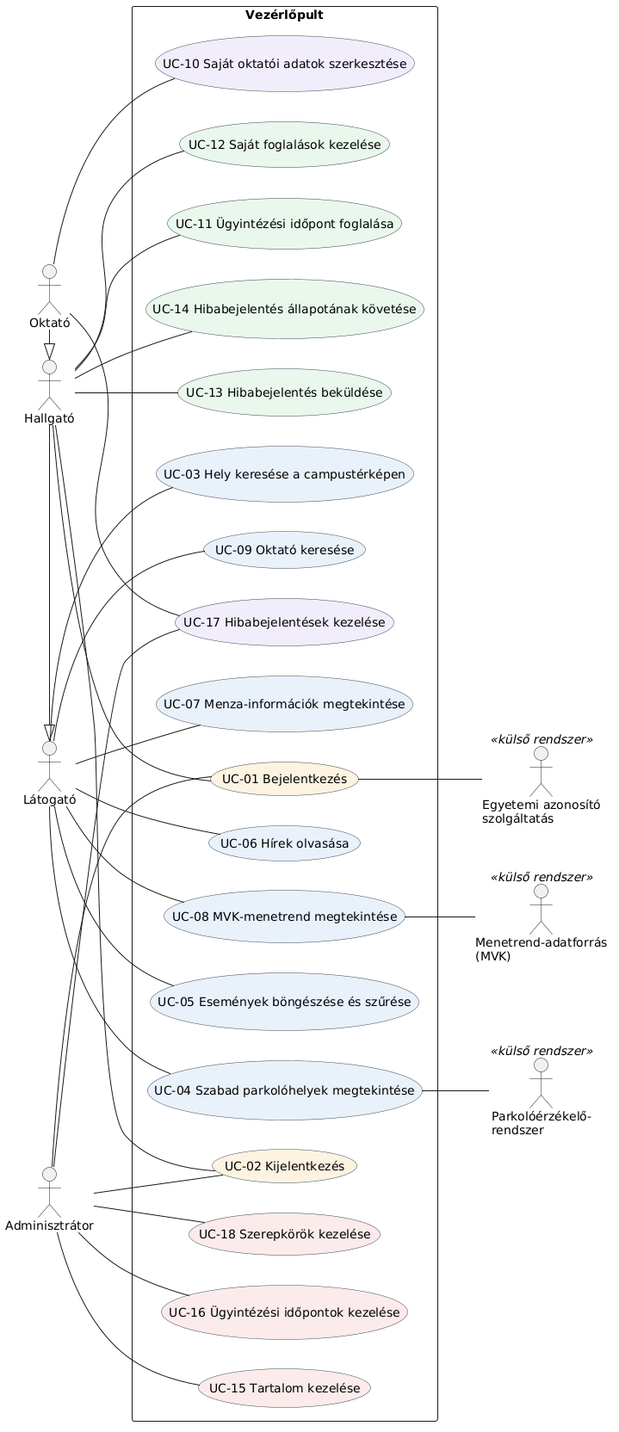
DavidGergo/SoftTech keeps this PlantUML diagram as H3/uml/1.png. Above is the earlier version. Source of this version:
```plantuml
@startuml
left to right direction
skinparam actorStyle stick
skinparam usecase {
  BackgroundColor #E8F1FB
  BorderColor #374151
}

actor "Látogató" as Latogato
actor "Hallgató" as Hallgato
actor "Oktató" as Oktato
actor "Adminisztrátor" as Admin
actor "Egyetemi azonosító\nszolgáltatás" as Azonosito <<külső rendszer>>
actor "Menetrend-adatforrás\n(MVK)" as MVK <<külső rendszer>>
actor "Parkolóérzékelő-\nrendszer" as Parkolo <<külső rendszer>>

Hallgato -|> Latogato
Oktato -|> Hallgato

rectangle "Vezérlőpult" {
  usecase "UC-03 Hely keresése a campustérképen" as UC03
  usecase "UC-04 Szabad parkolóhelyek megtekintése" as UC04
  usecase "UC-05 Események böngészése és szűrése" as UC05
  usecase "UC-06 Hírek olvasása" as UC06
  usecase "UC-07 Menza-információk megtekintése" as UC07
  usecase "UC-08 MVK-menetrend megtekintése" as UC08
  usecase "UC-09 Oktató keresése" as UC09
  usecase "UC-01 Bejelentkezés" as UC01 #FDF3E1
  usecase "UC-02 Kijelentkezés" as UC02 #FDF3E1
  usecase "UC-11 Ügyintézési időpont foglalása" as UC11 #E9F7EC
  usecase "UC-12 Saját foglalások kezelése" as UC12 #E9F7EC
  usecase "UC-13 Hibabejelentés beküldése" as UC13 #E9F7EC
  usecase "UC-14 Hibabejelentés állapotának követése" as UC14 #E9F7EC
  usecase "UC-10 Saját oktatói adatok szerkesztése" as UC10 #F1ECFB
  usecase "UC-17 Hibabejelentések kezelése" as UC17 #F1ECFB
  usecase "UC-15 Tartalom kezelése" as UC15 #FBEAEA
  usecase "UC-16 Ügyintézési időpontok kezelése" as UC16 #FBEAEA
  usecase "UC-18 Szerepkörök kezelése" as UC18 #FBEAEA
}

Latogato -- UC03
Latogato -- UC04
Latogato -- UC05
Latogato -- UC06
Latogato -- UC07
Latogato -- UC08
Latogato -- UC09

Hallgato -- UC01
Hallgato -- UC02
Hallgato -- UC11
Hallgato -- UC12
Hallgato -- UC13
Hallgato -- UC14

Oktato -- UC10
Oktato -- UC17

Admin -- UC01
Admin -- UC02
Admin -- UC15
Admin -- UC16
Admin -- UC17
Admin -- UC18

UC01 -- Azonosito
UC08 -- MVK
UC04 -- Parkolo
@enduml
```
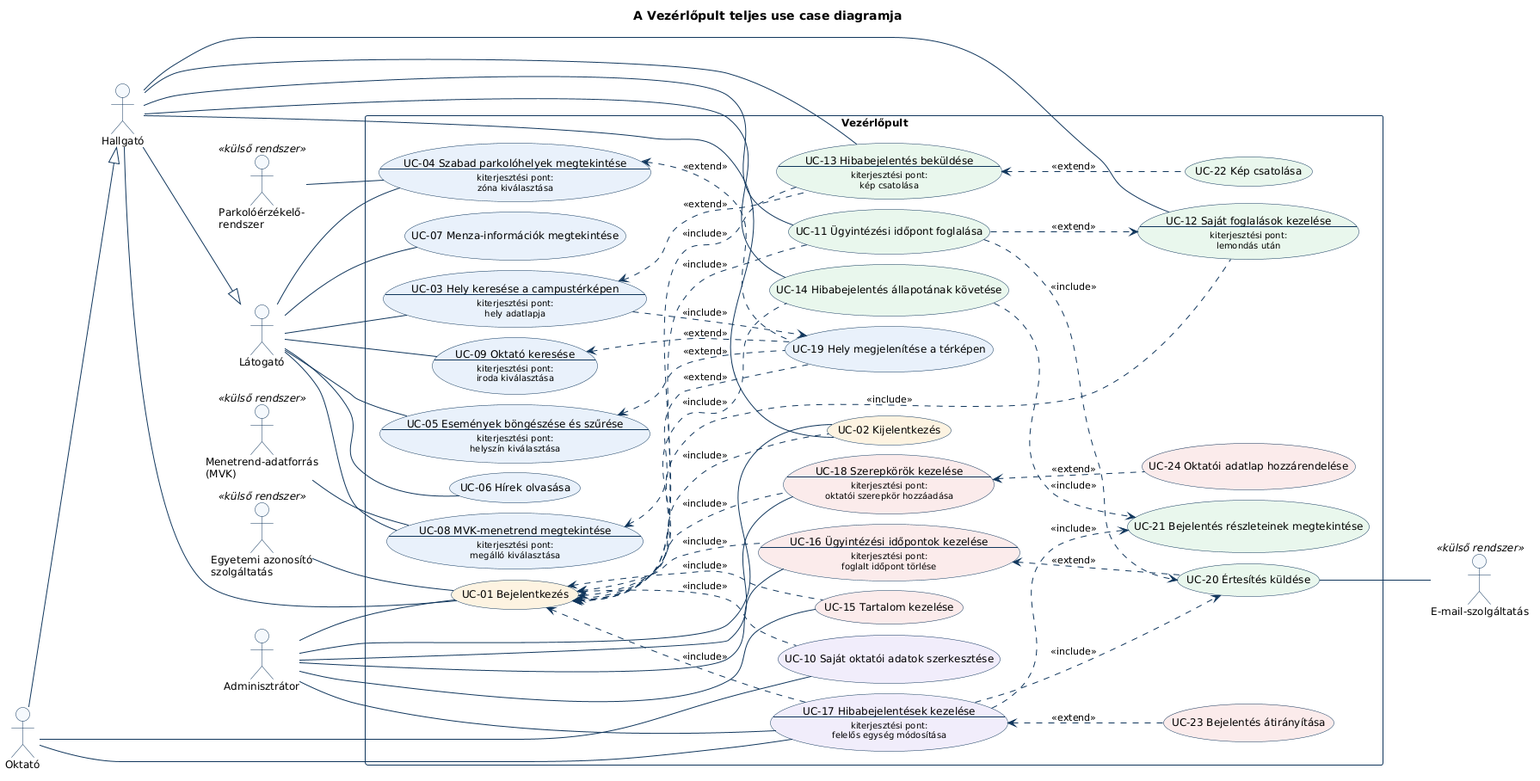
Later version of the same file.

Commit message:
H3 0.4: include és extend kapcsolatok a use case modellben

What changed in the source:
```diff
@@ -1,69 +1,102 @@
 @startuml
+skinparam shadowing false
+skinparam defaultFontName Arial
+skinparam defaultFontSize 12
+skinparam ActorBorderColor #10365C
+skinparam ActorBackgroundColor #F5F8FC
+skinparam UsecaseBorderColor #10365C
+skinparam ArrowColor #10365C
+skinparam RectangleBorderColor #10365C
+skinparam RectangleFontStyle bold
+skinparam ArrowFontSize 11
+title A Vezérlőpult teljes use case diagramja
 left to right direction
-skinparam actorStyle stick
-skinparam usecase {
-  BackgroundColor #E8F1FB
-  BorderColor #374151
-}
-
-actor "Látogató" as Latogato
-actor "Hallgató" as Hallgato
-actor "Oktató" as Oktato
-actor "Adminisztrátor" as Admin
-actor "Egyetemi azonosító\nszolgáltatás" as Azonosito <<külső rendszer>>
-actor "Menetrend-adatforrás\n(MVK)" as MVK <<külső rendszer>>
-actor "Parkolóérzékelő-\nrendszer" as Parkolo <<külső rendszer>>
-
-Hallgato -|> Latogato
-Oktato -|> Hallgato
-
+skinparam nodesep 12
+skinparam ranksep 70
+actor "Látogató" as A01
+actor "Hallgató" as A02
+actor "Oktató" as A03
+actor "Adminisztrátor" as A04
+actor "Egyetemi azonosító\nszolgáltatás" as A05 <<külső rendszer>>
+actor "Menetrend-adatforrás\n(MVK)" as A06 <<külső rendszer>>
+actor "Parkolóérzékelő-\nrendszer" as A07 <<külső rendszer>>
+actor "E-mail-szolgáltatás" as A08 <<külső rendszer>>
 rectangle "Vezérlőpult" {
-  usecase "UC-03 Hely keresése a campustérképen" as UC03
-  usecase "UC-04 Szabad parkolóhelyek megtekintése" as UC04
-  usecase "UC-05 Események böngészése és szűrése" as UC05
-  usecase "UC-06 Hírek olvasása" as UC06
-  usecase "UC-07 Menza-információk megtekintése" as UC07
-  usecase "UC-08 MVK-menetrend megtekintése" as UC08
-  usecase "UC-09 Oktató keresése" as UC09
   usecase "UC-01 Bejelentkezés" as UC01 #FDF3E1
   usecase "UC-02 Kijelentkezés" as UC02 #FDF3E1
+  usecase "UC-03 Hely keresése a campustérképen\n--\n<size:10>kiterjesztési pont:</size>\n<size:10>hely adatlapja</size>" as UC03 #E8F1FB
+  usecase "UC-04 Szabad parkolóhelyek megtekintése\n--\n<size:10>kiterjesztési pont:</size>\n<size:10>zóna kiválasztása</size>" as UC04 #E8F1FB
+  usecase "UC-19 Hely megjelenítése a térképen" as UC19 #E8F1FB
+  usecase "UC-05 Események böngészése és szűrése\n--\n<size:10>kiterjesztési pont:</size>\n<size:10>helyszín kiválasztása</size>" as UC05 #E8F1FB
+  usecase "UC-06 Hírek olvasása" as UC06 #E8F1FB
+  usecase "UC-07 Menza-információk megtekintése" as UC07 #E8F1FB
+  usecase "UC-08 MVK-menetrend megtekintése\n--\n<size:10>kiterjesztési pont:</size>\n<size:10>megálló kiválasztása</size>" as UC08 #E8F1FB
+  usecase "UC-09 Oktató keresése\n--\n<size:10>kiterjesztési pont:</size>\n<size:10>iroda kiválasztása</size>" as UC09 #E8F1FB
+  usecase "UC-10 Saját oktatói adatok szerkesztése" as UC10 #F1ECFB
   usecase "UC-11 Ügyintézési időpont foglalása" as UC11 #E9F7EC
-  usecase "UC-12 Saját foglalások kezelése" as UC12 #E9F7EC
-  usecase "UC-13 Hibabejelentés beküldése" as UC13 #E9F7EC
+  usecase "UC-12 Saját foglalások kezelése\n--\n<size:10>kiterjesztési pont:</size>\n<size:10>lemondás után</size>" as UC12 #E9F7EC
+  usecase "UC-13 Hibabejelentés beküldése\n--\n<size:10>kiterjesztési pont:</size>\n<size:10>kép csatolása</size>" as UC13 #E9F7EC
   usecase "UC-14 Hibabejelentés állapotának követése" as UC14 #E9F7EC
-  usecase "UC-10 Saját oktatói adatok szerkesztése" as UC10 #F1ECFB
-  usecase "UC-17 Hibabejelentések kezelése" as UC17 #F1ECFB
+  usecase "UC-20 Értesítés küldése" as UC20 #E9F7EC
+  usecase "UC-21 Bejelentés részleteinek megtekintése" as UC21 #E9F7EC
+  usecase "UC-22 Kép csatolása" as UC22 #E9F7EC
   usecase "UC-15 Tartalom kezelése" as UC15 #FBEAEA
-  usecase "UC-16 Ügyintézési időpontok kezelése" as UC16 #FBEAEA
-  usecase "UC-18 Szerepkörök kezelése" as UC18 #FBEAEA
+  usecase "UC-16 Ügyintézési időpontok kezelése\n--\n<size:10>kiterjesztési pont:</size>\n<size:10>foglalt időpont törlése</size>" as UC16 #FBEAEA
+  usecase "UC-17 Hibabejelentések kezelése\n--\n<size:10>kiterjesztési pont:</size>\n<size:10>felelős egység módosítása</size>" as UC17 #F1ECFB
+  usecase "UC-18 Szerepkörök kezelése\n--\n<size:10>kiterjesztési pont:</size>\n<size:10>oktatói szerepkör hozzáadása</size>" as UC18 #FBEAEA
+  usecase "UC-23 Bejelentés átirányítása" as UC23 #FBEAEA
+  usecase "UC-24 Oktatói adatlap hozzárendelése" as UC24 #FBEAEA
 }
-
-Latogato -- UC03
-Latogato -- UC04
-Latogato -- UC05
-Latogato -- UC06
-Latogato -- UC07
-Latogato -- UC08
-Latogato -- UC09
-
-Hallgato -- UC01
-Hallgato -- UC02
-Hallgato -- UC11
-Hallgato -- UC12
-Hallgato -- UC13
-Hallgato -- UC14
-
-Oktato -- UC10
-Oktato -- UC17
-
-Admin -- UC01
-Admin -- UC02
-Admin -- UC15
-Admin -- UC16
-Admin -- UC17
-Admin -- UC18
-
-UC01 -- Azonosito
-UC08 -- MVK
-UC04 -- Parkolo
+A02 --|> A01
+A03 --|> A02
+A01 -- UC03
+A01 -- UC04
+A01 -- UC05
+A01 -- UC06
+A01 -- UC07
+A01 -- UC08
+A01 -- UC09
+A02 -- UC01
+A02 -- UC02
+A02 -- UC11
+A02 -- UC12
+A02 -- UC13
+A02 -- UC14
+A03 -- UC10
+A03 -- UC17
+A04 -- UC01
+A04 -- UC02
+A04 -- UC15
+A04 -- UC16
+A04 -- UC17
+A04 -- UC18
+A05 -- UC01
+A06 -- UC08
+A07 -- UC04
+UC20 -- A08
+UC01 <.. UC02 : <<include>>
+UC01 <.. UC10 : <<include>>
+UC01 <.. UC11 : <<include>>
+UC01 <.. UC12 : <<include>>
+UC01 <.. UC13 : <<include>>
+UC01 <.. UC14 : <<include>>
+UC01 <.. UC15 : <<include>>
+UC01 <.. UC16 : <<include>>
+UC01 <.. UC17 : <<include>>
+UC01 <.. UC18 : <<include>>
+UC03 ..> UC19 : <<include>>
+UC11 ..> UC20 : <<include>>
+UC17 ..> UC20 : <<include>>
+UC14 ..> UC21 : <<include>>
+UC17 ..> UC21 : <<include>>
+UC04 <.. UC19 : <<extend>>
+UC05 <.. UC19 : <<extend>>
+UC08 <.. UC19 : <<extend>>
+UC09 <.. UC19 : <<extend>>
+UC03 <.. UC13 : <<extend>>
+UC11 ..> UC12 : <<extend>>
+UC13 <.. UC22 : <<extend>>
+UC16 <.. UC20 : <<extend>>
+UC17 <.. UC23 : <<extend>>
+UC18 <.. UC24 : <<extend>>
 @enduml
```
